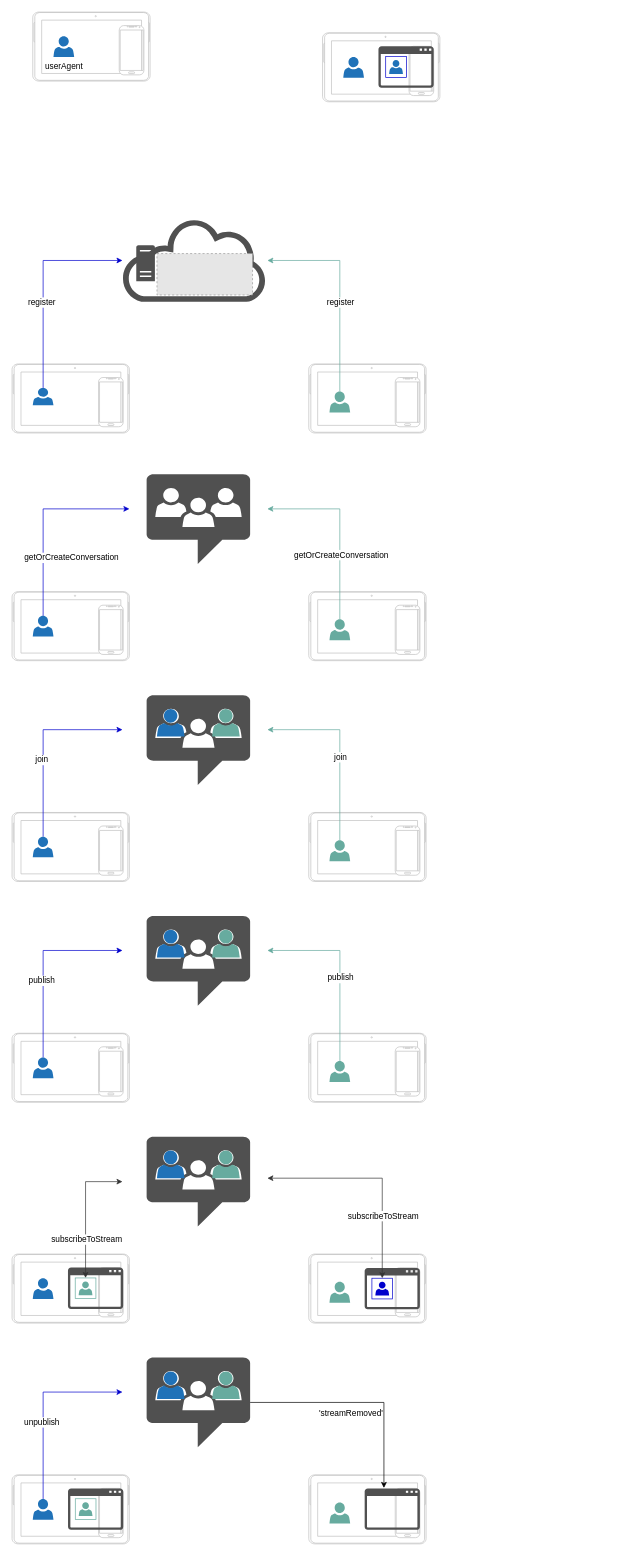
kmoyse-apizee/apizee keeps this draw.io diagram as src_doc/apirtc_doc.drawio. Above is the earlier version. Source tidied: cells renumbered, new cells numbered last; positions are measured from the earlier drawing's top-left corner, leaving out a move shared by most shapes. Both pictures are drawn from the tidied source at 69%, with x=0, y=0 at pixel (12, 12). Pictures stored in the file or linked from it are replaced by grey dashed boxes.
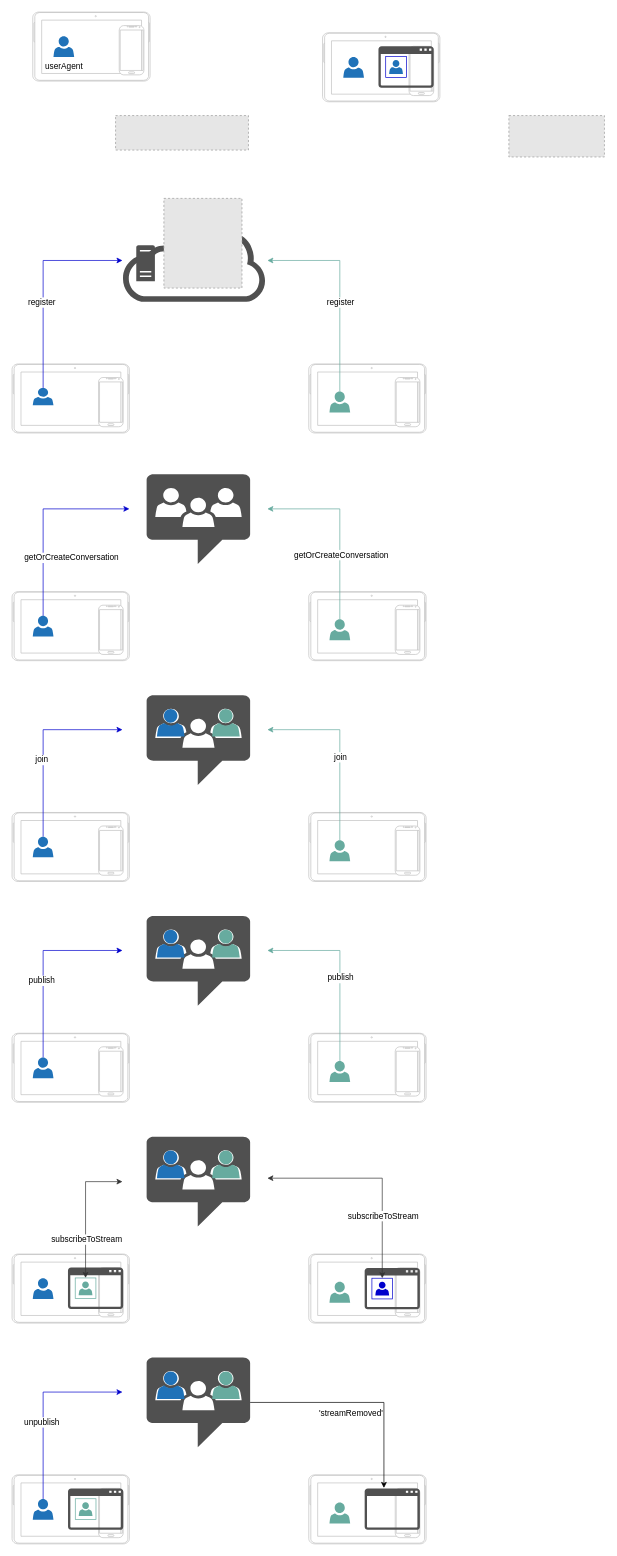
The same page after the edit.

The edit, as a diff of the source:
```diff
@@
     <mxCell id="10" style="group;" parent="1" vertex="1">
-      <mxGeometry x="160" y="300" width="210" height="120" as="geometry" />
+      <mxGeometry x="160" y="300" width="210" height="185" as="geometry" />
     </mxCell>
@@
-    <mxCell id="13" style="fillColor=#E6E6E6;strokeColor=#999999;dashed=1;" parent="10" vertex="1">
-      <mxGeometry x="50" y="50" width="138.5" height="60" as="geometry" />
-    </mxCell>
+    <mxCell id="115" style="fillColor=#E6E6E6;strokeColor=#999999;dashed=1;" parent="10" vertex="1">
+      <mxGeometry x="60" y="-30" width="113.2" height="130" as="geometry" />
+    </mxCell>
@@
+    <mxCell id="13" style="fillColor=#E6E6E6;strokeColor=#999999;dashed=1;" parent="1" vertex="1">
+      <mxGeometry x="720" y="150" width="138.5" height="60" as="geometry" />
+    </mxCell>
+    <mxCell id="116" style="fillColor=#E6E6E6;strokeColor=#999999;dashed=1;" parent="1" vertex="1">
+      <mxGeometry x="150" y="150" width="192.6" height="50" as="geometry" />
+    </mxCell>
```
